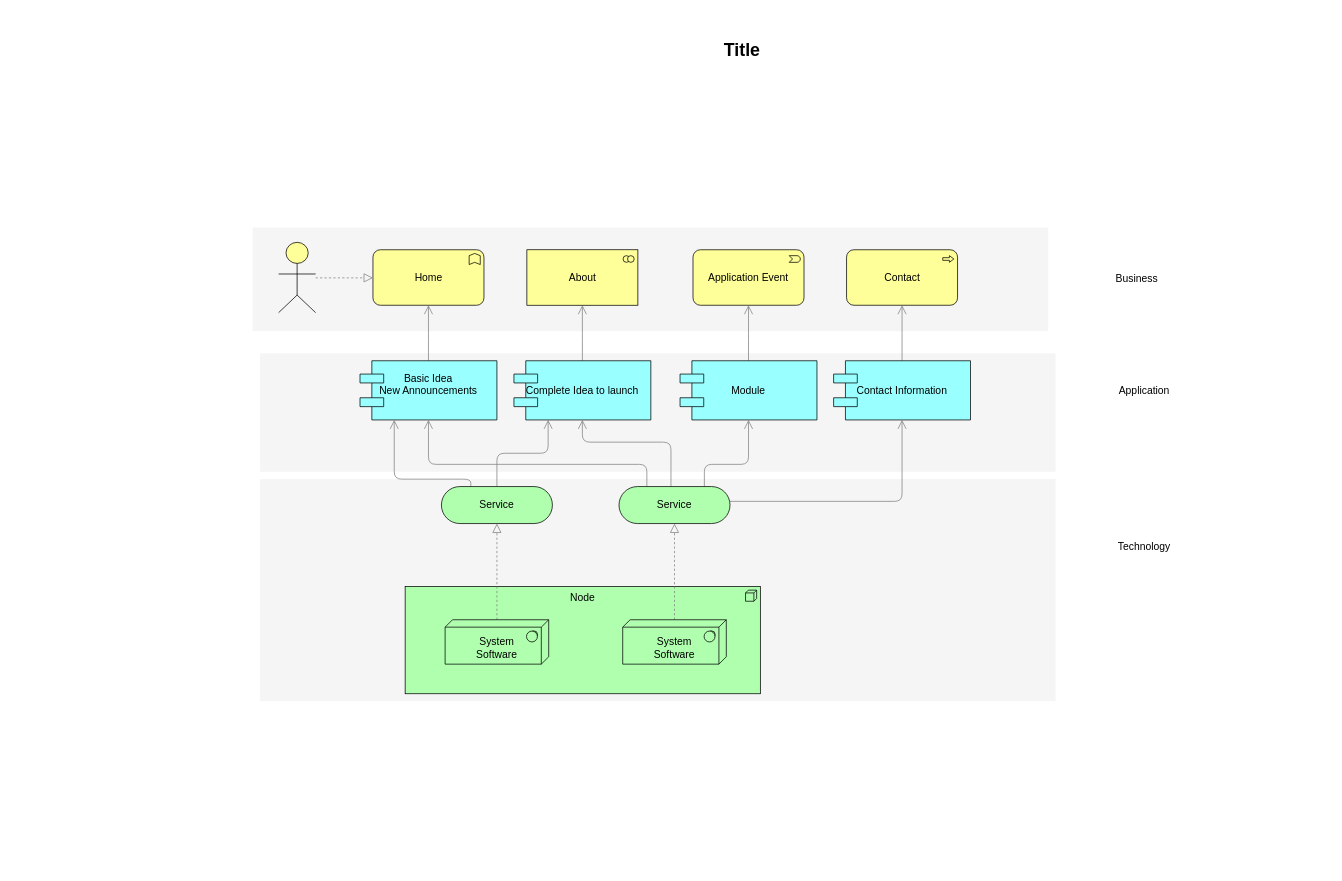
This is page "Page-2" (2 of 2) of Untitled Diagram.drawio from ady20020/diagrams, a draw.io file, before an edit. Source tidied: cells renumbered, new cells numbered last; positions are measured from the earlier drawing's top-left corner, leaving out a move shared by most shapes. Both pictures are drawn from the tidied source at 74%, with x=0, y=0 at pixel (153, 35).
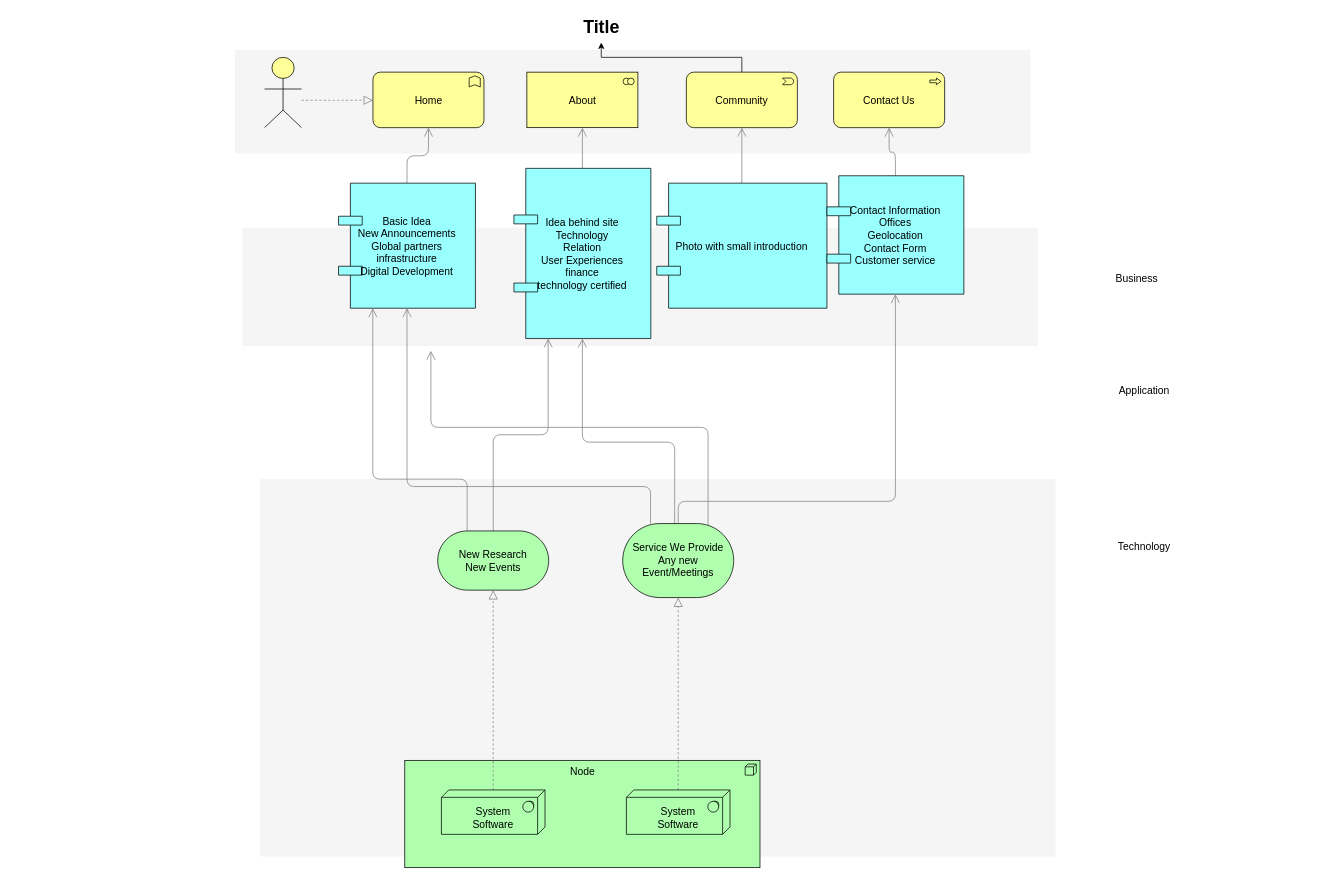
Above is the later version.

What changed in the source:
```diff
@@
     <mxCell id="2" style="whiteSpace=wrap;html=1;strokeColor=none;strokeWidth=1;fillColor=#f5f5f5;fontSize=14;" parent="1" vertex="1">
-      <mxGeometry x="144" y="600" width="1075" height="300" as="geometry" />
+      <mxGeometry x="144" y="600" width="1075" height="510" as="geometry" />
     </mxCell>
     <mxCell id="3" style="whiteSpace=wrap;html=1;strokeColor=none;strokeWidth=1;fillColor=#f5f5f5;fontSize=14;" parent="1" vertex="1">
-      <mxGeometry x="144" y="430" width="1075" height="160" as="geometry" />
+      <mxGeometry x="120" y="260" width="1075" height="160" as="geometry" />
     </mxCell>
     <mxCell id="4" style="whiteSpace=wrap;html=1;strokeColor=none;strokeWidth=1;fillColor=#f5f5f5;fontSize=14;" parent="1" vertex="1">
-      <mxGeometry x="134" y="260" width="1075" height="140" as="geometry" />
+      <mxGeometry x="110" y="20" width="1075" height="140" as="geometry" />
     </mxCell>
     <mxCell id="5" value="Node" style="html=1;whiteSpace=wrap;fillColor=#AFFFAF;shape=mxgraph.archimate3.application;appType=node;archiType=square;fontSize=14;verticalAlign=top;" parent="1" vertex="1">
-      <mxGeometry x="340" y="745" width="480" height="145" as="geometry" />
+      <mxGeometry x="339.5" y="980" width="480" height="145" as="geometry" />
     </mxCell>
@@
     <mxCell id="7" value="&lt;div&gt;&lt;br&gt;&lt;/div&gt;System&lt;div&gt;Software&lt;/div&gt;" style="html=1;whiteSpace=wrap;fillColor=#AFFFAF;shape=mxgraph.archimate3.tech;techType=sysSw;fontSize=14;" parent="1" vertex="1">
-      <mxGeometry x="394" y="790" width="140" height="60" as="geometry" />
+      <mxGeometry x="389" y="1020" width="140" height="60" as="geometry" />
     </mxCell>
@@
     <mxCell id="9" value="&lt;div&gt;&lt;br&gt;&lt;/div&gt;&lt;div&gt;&lt;span&gt;System&lt;/span&gt;&lt;div&gt;Software&lt;/div&gt;&lt;/div&gt;" style="html=1;whiteSpace=wrap;fillColor=#AFFFAF;shape=mxgraph.archimate3.tech;techType=sysSw;fontSize=14;" parent="1" vertex="1">
-      <mxGeometry x="634" y="790" width="140" height="60" as="geometry" />
+      <mxGeometry x="639" y="1020" width="140" height="60" as="geometry" />
     </mxCell>
@@
-    <mxCell id="12" value="Service" style="html=1;whiteSpace=wrap;fillColor=#AFFFAF;shape=mxgraph.archimate3.service;fontSize=14;" parent="1" vertex="1">
-      <mxGeometry x="389" y="610" width="150" height="50" as="geometry" />
+    <mxCell id="12" value="New Research&lt;br&gt;New Events" style="html=1;whiteSpace=wrap;fillColor=#AFFFAF;shape=mxgraph.archimate3.service;fontSize=14;" parent="1" vertex="1">
+      <mxGeometry x="384" y="670" width="150" height="80" as="geometry" />
     </mxCell>
@@
-    <mxCell id="14" style="edgeStyle=elbowEdgeStyle;rounded=1;elbow=vertical;html=1;startSize=10;endArrow=open;endFill=0;endSize=10;jettySize=auto;strokeColor=#808080;fontSize=14;entryX=0.5;entryY=1;exitX=0.769;exitY=0.025;exitPerimeter=0;" parent="1" edge="1" source="17" target="23">
+    <mxCell id="14" style="edgeStyle=elbowEdgeStyle;rounded=1;elbow=vertical;html=1;startSize=10;endArrow=open;endFill=0;endSize=10;jettySize=auto;strokeColor=#808080;fontSize=14;exitX=0.769;exitY=0.025;exitPerimeter=0;entryX=0.237;entryY=1.041;entryDx=0;entryDy=0;entryPerimeter=0;" parent="1" edge="1" source="17" target="3">
       <mxGeometry relative="1" as="geometry">
         <Array as="points">
+          <mxPoint x="810" y="530" />
+          <mxPoint x="730" y="560" />
           <mxPoint x="759" y="580" />
         </Array>
       </mxGeometry>
     </mxCell>
@@
     <mxCell id="16" style="edgeStyle=elbowEdgeStyle;rounded=1;elbow=vertical;html=1;startSize=10;endArrow=open;endFill=0;endSize=10;jettySize=auto;strokeColor=#808080;fontSize=14;exitX=0.251;exitY=0.002;exitPerimeter=0;" parent="1" edge="1" source="17" target="19">
       <mxGeometry relative="1" as="geometry">
         <Array as="points">
+          <mxPoint x="600" y="610" />
           <mxPoint x="539" y="580" />
         </Array>
       </mxGeometry>
     </mxCell>
-    <mxCell id="17" value="Service" style="html=1;whiteSpace=wrap;fillColor=#AFFFAF;shape=mxgraph.archimate3.service;fontSize=14;" parent="1" vertex="1">
-      <mxGeometry x="629" y="610" width="150" height="50" as="geometry" />
+    <mxCell id="17" value="Service We Provide&lt;br&gt;Any new Event/Meetings" style="html=1;whiteSpace=wrap;fillColor=#AFFFAF;shape=mxgraph.archimate3.service;fontSize=14;" parent="1" vertex="1">
+      <mxGeometry x="634" y="660" width="150" height="100" as="geometry" />
     </mxCell>
@@
-    <mxCell id="19" value="Basic Idea&#10;New Announcements&#10;" style="shape=component;align=center;fillColor=#99ffff;gradientColor=none;fontSize=14;" parent="1" vertex="1">
-      <mxGeometry x="279" y="440" width="185" height="80" as="geometry" />
+    <mxCell id="19" value="Basic Idea&#10;New Announcements&#10;Global partners&#10;infrastructure&#10;Digital Development" style="shape=component;align=center;fillColor=#99ffff;gradientColor=none;fontSize=14;" parent="1" vertex="1">
+      <mxGeometry x="250" y="200" width="185" height="169" as="geometry" />
     </mxCell>
@@
-    <mxCell id="21" value="Complete Idea to launch" style="shape=component;align=center;fillColor=#99ffff;gradientColor=none;fontSize=14;" parent="1" vertex="1">
-      <mxGeometry x="487" y="440" width="185" height="80" as="geometry" />
+    <mxCell id="21" value="Idea behind site&#10;Technology&#10;Relation&#10;User Experiences&#10;finance&#10;technology certified" style="shape=component;align=center;fillColor=#99ffff;gradientColor=none;fontSize=14;" parent="1" vertex="1">
+      <mxGeometry x="487" y="180" width="185" height="230" as="geometry" />
     </mxCell>
@@
-    <mxCell id="23" value="Module" style="shape=component;align=center;fillColor=#99ffff;gradientColor=none;fontSize=14;" parent="1" vertex="1">
-      <mxGeometry x="711.5" y="440" width="185" height="80" as="geometry" />
+    <mxCell id="23" value="Photo with small introduction" style="shape=component;align=center;fillColor=#99ffff;gradientColor=none;fontSize=14;" parent="1" vertex="1">
+      <mxGeometry x="680" y="200" width="230" height="169" as="geometry" />
     </mxCell>
@@
-    <mxCell id="25" value="Contact Information" style="shape=component;align=center;fillColor=#99ffff;gradientColor=none;fontSize=14;" parent="1" vertex="1">
-      <mxGeometry x="919" y="440" width="185" height="80" as="geometry" />
+    <mxCell id="25" value="Contact Information&#10;Offices&#10;Geolocation&#10;Contact Form&#10;Customer service" style="shape=component;align=center;fillColor=#99ffff;gradientColor=none;fontSize=14;" parent="1" vertex="1">
+      <mxGeometry x="910" y="190" width="185" height="160" as="geometry" />
     </mxCell>
     <mxCell id="26" value="Home" style="html=1;whiteSpace=wrap;fillColor=#ffff99;shape=mxgraph.archimate3.application;appType=func;archiType=rounded;fontSize=14;" parent="1" vertex="1">
-      <mxGeometry x="296.5" y="290" width="150" height="75" as="geometry" />
+      <mxGeometry x="296.5" y="50" width="150" height="75" as="geometry" />
     </mxCell>
     <mxCell id="27" value="About" style="html=1;whiteSpace=wrap;fillColor=#ffff99;shape=mxgraph.archimate3.application;appType=collab;archiType=square;fontSize=14;" parent="1" vertex="1">
-      <mxGeometry x="504.5" y="290" width="150" height="75" as="geometry" />
+      <mxGeometry x="504.5" y="50" width="150" height="75" as="geometry" />
     </mxCell>
+    <mxCell id="36" style="edgeStyle=orthogonalEdgeStyle;rounded=0;jettySize=auto;html=1;" parent="1" edge="1" source="28" target="35">
+      <mxGeometry relative="1" as="geometry" />
+    </mxCell>
-    <mxCell id="28" value="Application Event" style="html=1;whiteSpace=wrap;fillColor=#ffff99;shape=mxgraph.archimate3.application;appType=event;archiType=rounded;fontSize=14;" parent="1" vertex="1">
-      <mxGeometry x="729" y="290" width="150" height="75" as="geometry" />
+    <mxCell id="28" value="Community" style="html=1;whiteSpace=wrap;fillColor=#ffff99;shape=mxgraph.archimate3.application;appType=event;archiType=rounded;fontSize=14;" parent="1" vertex="1">
+      <mxGeometry x="720" y="50" width="150" height="75" as="geometry" />
     </mxCell>
-    <mxCell id="29" value="Contact" style="html=1;whiteSpace=wrap;fillColor=#ffff99;shape=mxgraph.archimate3.application;appType=proc;archiType=rounded;fontSize=14;" parent="1" vertex="1">
-      <mxGeometry x="936.5" y="290" width="150" height="75" as="geometry" />
+    <mxCell id="29" value="Contact Us" style="html=1;whiteSpace=wrap;fillColor=#ffff99;shape=mxgraph.archimate3.application;appType=proc;archiType=rounded;fontSize=14;" parent="1" vertex="1">
+      <mxGeometry x="919" y="50" width="150" height="75" as="geometry" />
     </mxCell>
@@
     <mxCell id="34" style="html=1;whiteSpace=wrap;fillColor=#ffff99;shape=mxgraph.archimate3.actor;fontSize=14;" parent="1" vertex="1">
-      <mxGeometry x="169" y="280" width="50" height="95" as="geometry" />
+      <mxGeometry x="150" y="30" width="50" height="95" as="geometry" />
     </mxCell>
     <mxCell id="35" value="Title" style="text;strokeColor=none;fillColor=none;html=1;fontSize=24;fontStyle=1;verticalAlign=middle;align=center;" parent="1" vertex="1">
-      <mxGeometry width="1590" height="40" as="geometry" />
+      <mxGeometry x="-190" y="-30" width="1590" height="40" as="geometry" />
     </mxCell>
```
